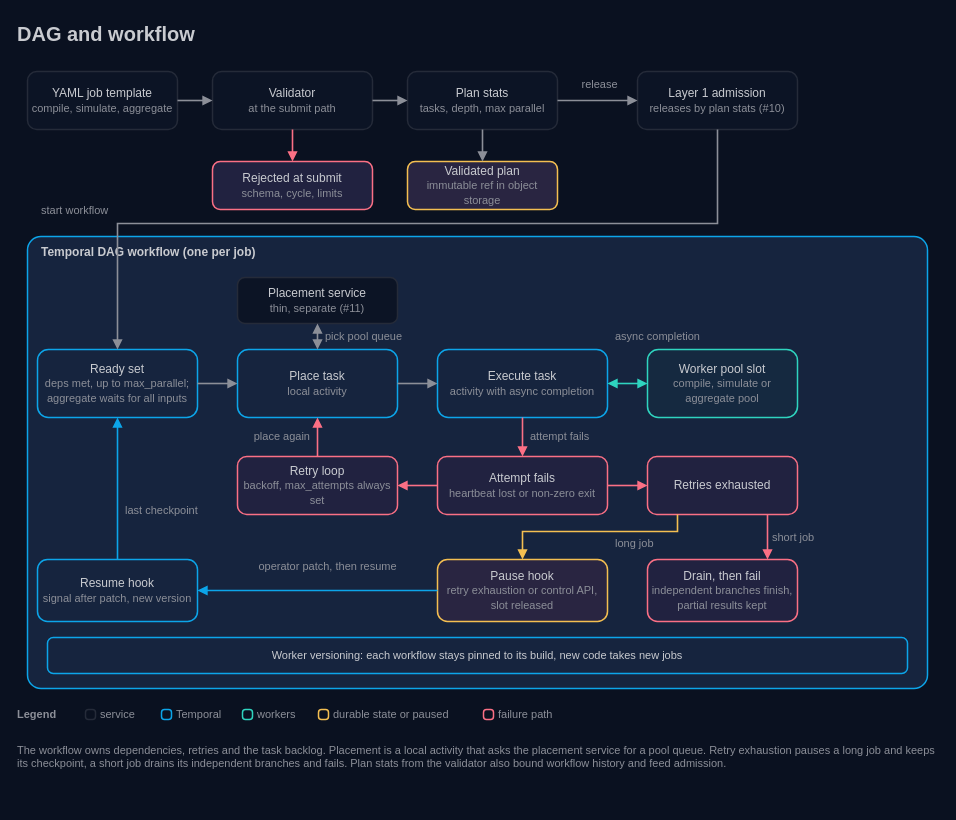
This is docs/architecture/12-dag-and-workflow.drawio from AndoNorth/wasm-dag-forge, a draw.io file, before an edit. Source tidied: cells renumbered, new cells numbered last; positions are measured from the earlier drawing's top-left corner, leaving out a move shared by most shapes. Both pictures are drawn from the tidied source at 100%, with x=0, y=0 at pixel (17, 17).
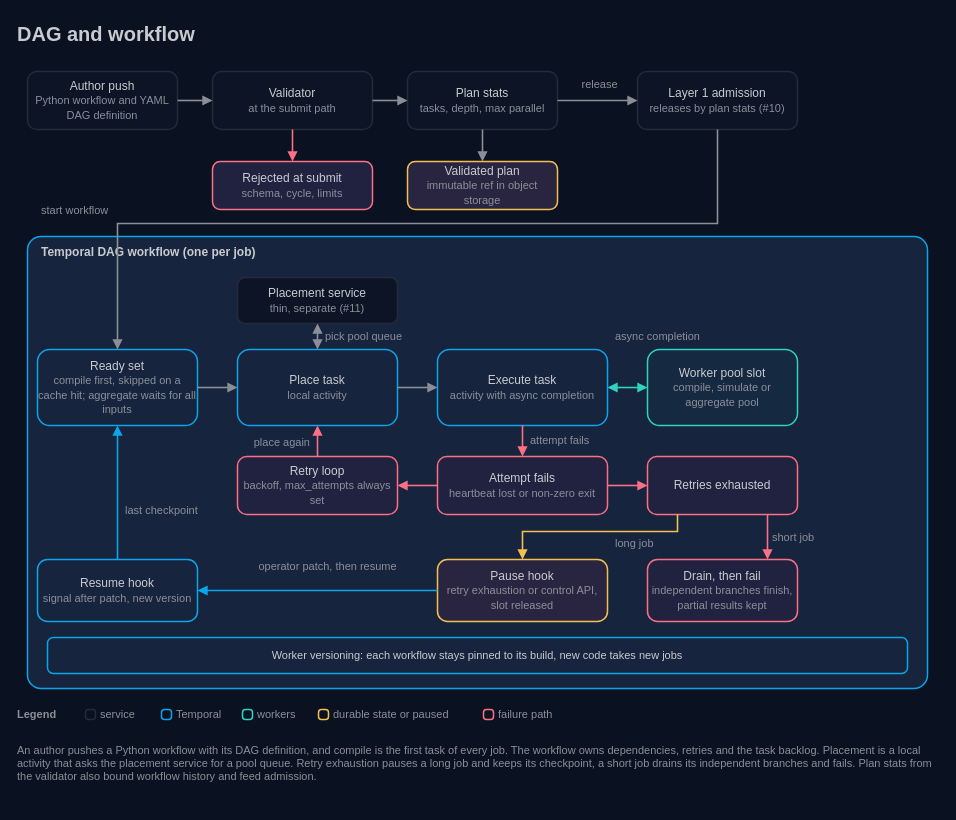
After the change.

Commit message (it also covers changes not shown here):
docs(architecture): [#3][#4][#5][#6][#11][#12] show compile cache, WIT boundary, limits, package mirror and per-seed results

Change to the diagram source:
```diff
@@
-    <mxCell id="3" value="YAML job template&lt;br&gt;&lt;font color=&quot;#8c8f98&quot; style=&quot;font-size:11px&quot;&gt;compile, simulate, aggregate&lt;/font&gt;" style="rounded=1;arcSize=16;html=1;whiteSpace=wrap;fillColor=#0c1425;strokeColor=#252b39;strokeWidth=1.5;fontColor=#c9cbd0;fontSize=12;fontFamily=IBM Plex Sans;align=center;verticalAlign=middle;" parent="1" vertex="1">
+    <mxCell id="3" value="Author push&lt;br&gt;&lt;font color=&quot;#8c8f98&quot; style=&quot;font-size:11px&quot;&gt;Python workflow and YAML DAG definition&lt;/font&gt;" style="rounded=1;arcSize=16;html=1;whiteSpace=wrap;fillColor=#0c1425;strokeColor=#252b39;strokeWidth=1.5;fontColor=#c9cbd0;fontSize=12;fontFamily=IBM Plex Sans;align=center;verticalAlign=middle;" parent="1" vertex="1">
       <mxGeometry x="10" y="54" width="150" height="58" as="geometry" />
     </mxCell>
@@
     <mxCell id="17" value="Place task&lt;br&gt;&lt;font color=&quot;#8c8f98&quot; style=&quot;font-size:11px&quot;&gt;local activity&lt;/font&gt;" style="rounded=1;arcSize=16;html=1;whiteSpace=wrap;fillColor=#16243e;strokeColor=#0ca5e9;strokeWidth=1.5;fontColor=#c9cbd0;fontSize=12;fontFamily=IBM Plex Sans;align=center;verticalAlign=middle;" parent="1" vertex="1">
-      <mxGeometry x="220" y="332" width="160" height="68" as="geometry" />
+      <mxGeometry x="220" y="332" width="160" height="76" as="geometry" />
     </mxCell>
@@
-    <mxCell id="19" value="Ready set&lt;br&gt;&lt;font color=&quot;#8c8f98&quot; style=&quot;font-size:11px&quot;&gt;deps met, up to max_parallel; aggregate waits for all inputs&lt;/font&gt;" style="rounded=1;arcSize=16;html=1;whiteSpace=wrap;fillColor=#16243e;strokeColor=#0ca5e9;strokeWidth=1.5;fontColor=#c9cbd0;fontSize=12;fontFamily=IBM Plex Sans;align=center;verticalAlign=middle;" parent="1" vertex="1">
-      <mxGeometry x="20" y="332" width="160" height="68" as="geometry" />
+    <mxCell id="19" value="Ready set&lt;br&gt;&lt;font color=&quot;#8c8f98&quot; style=&quot;font-size:11px&quot;&gt;compile first, skipped on a cache hit; aggregate waits for all inputs&lt;/font&gt;" style="rounded=1;arcSize=16;html=1;whiteSpace=wrap;fillColor=#16243e;strokeColor=#0ca5e9;strokeWidth=1.5;fontColor=#c9cbd0;fontSize=12;fontFamily=IBM Plex Sans;align=center;verticalAlign=middle;" parent="1" vertex="1">
+      <mxGeometry x="20" y="332" width="160" height="76" as="geometry" />
     </mxCell>
     <mxCell id="20" value="Execute task&lt;br&gt;&lt;font color=&quot;#8c8f98&quot; style=&quot;font-size:11px&quot;&gt;activity with async completion&lt;/font&gt;" style="rounded=1;arcSize=16;html=1;whiteSpace=wrap;fillColor=#16243e;strokeColor=#0ca5e9;strokeWidth=1.5;fontColor=#c9cbd0;fontSize=12;fontFamily=IBM Plex Sans;align=center;verticalAlign=middle;" parent="1" vertex="1">
-      <mxGeometry x="420" y="332" width="170" height="68" as="geometry" />
+      <mxGeometry x="420" y="332" width="170" height="76" as="geometry" />
     </mxCell>
     <mxCell id="21" value="Worker pool slot&lt;br&gt;&lt;font color=&quot;#8c8f98&quot; style=&quot;font-size:11px&quot;&gt;compile, simulate or aggregate pool&lt;/font&gt;" style="rounded=1;arcSize=16;html=1;whiteSpace=wrap;fillColor=#152940;strokeColor=#2fd4bf;strokeWidth=1.5;fontColor=#c9cbd0;fontSize=12;fontFamily=IBM Plex Sans;align=center;verticalAlign=middle;" parent="1" vertex="1">
-      <mxGeometry x="630" y="332" width="150" height="68" as="geometry" />
+      <mxGeometry x="630" y="332" width="150" height="76" as="geometry" />
     </mxCell>
@@
     <mxCell id="38" value="attempt fails" style="text;html=1;strokeColor=none;fillColor=none;align=left;verticalAlign=middle;whiteSpace=nowrap;fontColor=#8c8f98;fontSize=11;fontFamily=IBM Plex Sans;spacing=0;" parent="1" vertex="1">
-      <mxGeometry x="513" y="410" width="100" height="18" as="geometry" />
+      <mxGeometry x="513" y="414" width="100" height="18" as="geometry" />
     </mxCell>
@@
     <mxCell id="41" value="place again" style="text;html=1;strokeColor=none;fillColor=none;align=right;verticalAlign=middle;whiteSpace=nowrap;fontColor=#8c8f98;fontSize=11;fontFamily=IBM Plex Sans;spacing=0;" parent="1" vertex="1">
-      <mxGeometry x="180" y="410" width="112" height="18" as="geometry" />
+      <mxGeometry x="180" y="416" width="112" height="18" as="geometry" />
     </mxCell>
@@
-    <mxCell id="62" value="The workflow owns dependencies, retries and the task backlog. Placement is a local activity that asks the placement service for a pool queue. Retry exhaustion pauses a long job and keeps its checkpoint, a short job drains its independent branches and fails. Plan stats from the validator also bound workflow history and feed admission." style="text;html=1;strokeColor=none;fillColor=none;align=left;verticalAlign=top;whiteSpace=wrap;fontColor=#8c8f98;fontSize=11;fontFamily=IBM Plex Sans;spacing=0;" parent="1" vertex="1">
-      <mxGeometry y="722" width="920" height="52" as="geometry" />
+    <mxCell id="62" value="An author pushes a Python workflow with its DAG definition, and compile is the first task of every job. The workflow owns dependencies, retries and the task backlog. Placement is a local activity that asks the placement service for a pool queue. Retry exhaustion pauses a long job and keeps its checkpoint, a short job drains its independent branches and fails. Plan stats from the validator also bound workflow history and feed admission." style="text;html=1;strokeColor=none;fillColor=none;align=left;verticalAlign=top;whiteSpace=wrap;fontColor=#8c8f98;fontSize=11;fontFamily=IBM Plex Sans;spacing=0;" parent="1" vertex="1">
+      <mxGeometry y="722" width="920" height="64" as="geometry" />
     </mxCell>
```
